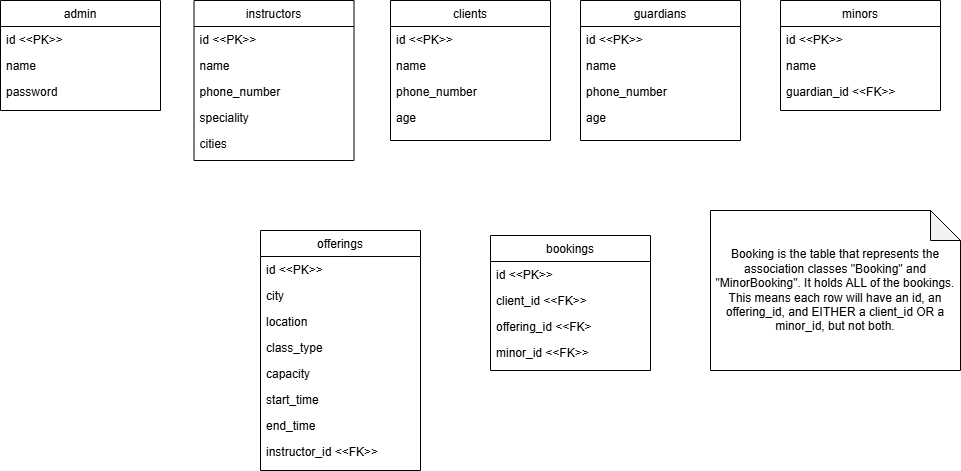
Before: Artifacts/Relational Data Model.drawio.png, a diagram exported from draw.io (aleckira/SOEN_342_PROJECT). Source tidied: cells renumbered, new cells last; positions are measured from the earlier drawing's top-left corner, leaving out a move shared by most shapes. Source of this version:
```xml
<mxGraphModel>
  <root>
    <mxCell id="0" />
    <mxCell id="1" parent="0" />
    <mxCell id="2" value="admin" style="swimlane;fontStyle=0;align=center;verticalAlign=top;horizontal=1;startSize=26;rounded=0;shadow=0;strokeWidth=1;" parent="1" vertex="1">
      <mxGeometry width="160" height="110" as="geometry" />
    </mxCell>
    <mxCell id="3" value="id &lt;&lt;PK&gt;&gt;" style="text;align=left;verticalAlign=top;spacingLeft=4;spacingRight=4;overflow=hidden;" parent="2" vertex="1">
      <mxGeometry y="26" width="160" height="26" as="geometry" />
    </mxCell>
    <mxCell id="4" value="name" style="text;align=left;verticalAlign=top;spacingLeft=4;spacingRight=4;overflow=hidden;rounded=0;shadow=0;html=0;" parent="2" vertex="1">
      <mxGeometry y="52" width="160" height="26" as="geometry" />
    </mxCell>
    <mxCell id="5" value="password" style="text;align=left;verticalAlign=top;spacingLeft=4;spacingRight=4;overflow=hidden;rounded=0;shadow=0;html=0;" parent="2" vertex="1">
      <mxGeometry y="78" width="160" height="26" as="geometry" />
    </mxCell>
    <mxCell id="6" value="offerings" style="swimlane;fontStyle=0;align=center;verticalAlign=top;horizontal=1;startSize=26;rounded=0;shadow=0;strokeWidth=1;" parent="1" vertex="1">
      <mxGeometry x="260" y="230" width="160" height="240" as="geometry" />
    </mxCell>
    <mxCell id="7" value="id &lt;&lt;PK&gt;&gt;" style="text;align=left;verticalAlign=top;spacingLeft=4;spacingRight=4;overflow=hidden;" parent="6" vertex="1">
      <mxGeometry y="26" width="160" height="26" as="geometry" />
    </mxCell>
    <mxCell id="8" value="city&#10;" style="text;align=left;verticalAlign=top;spacingLeft=4;spacingRight=4;overflow=hidden;rounded=0;shadow=0;html=0;" parent="6" vertex="1">
      <mxGeometry y="52" width="160" height="26" as="geometry" />
    </mxCell>
    <mxCell id="9" value="location" style="text;align=left;verticalAlign=top;spacingLeft=4;spacingRight=4;overflow=hidden;rounded=0;shadow=0;html=0;" parent="6" vertex="1">
      <mxGeometry y="78" width="160" height="26" as="geometry" />
    </mxCell>
    <mxCell id="10" value="class_type" style="text;align=left;verticalAlign=top;spacingLeft=4;spacingRight=4;overflow=hidden;rounded=0;shadow=0;html=0;" parent="6" vertex="1">
      <mxGeometry y="104" width="160" height="26" as="geometry" />
    </mxCell>
    <mxCell id="11" value="capacity" style="text;align=left;verticalAlign=top;spacingLeft=4;spacingRight=4;overflow=hidden;rounded=0;shadow=0;html=0;" parent="6" vertex="1">
      <mxGeometry y="130" width="160" height="26" as="geometry" />
    </mxCell>
    <mxCell id="12" value="start_time" style="text;align=left;verticalAlign=top;spacingLeft=4;spacingRight=4;overflow=hidden;rounded=0;shadow=0;html=0;" parent="6" vertex="1">
      <mxGeometry y="156" width="160" height="26" as="geometry" />
    </mxCell>
    <mxCell id="13" value="end_time" style="text;align=left;verticalAlign=top;spacingLeft=4;spacingRight=4;overflow=hidden;rounded=0;shadow=0;html=0;" parent="6" vertex="1">
      <mxGeometry y="182" width="160" height="26" as="geometry" />
    </mxCell>
    <mxCell id="14" value="instructor_id &lt;&lt;FK&gt;&gt;" style="text;align=left;verticalAlign=top;spacingLeft=4;spacingRight=4;overflow=hidden;rounded=0;shadow=0;html=0;" parent="6" vertex="1">
      <mxGeometry y="208" width="160" height="26" as="geometry" />
    </mxCell>
    <mxCell id="15" value="instructors" style="swimlane;fontStyle=0;align=center;verticalAlign=top;horizontal=1;startSize=26;rounded=0;shadow=0;strokeWidth=1;" parent="1" vertex="1">
      <mxGeometry x="193.5" width="160" height="160" as="geometry" />
    </mxCell>
    <mxCell id="16" value="id &lt;&lt;PK&gt;&gt;" style="text;align=left;verticalAlign=top;spacingLeft=4;spacingRight=4;overflow=hidden;" parent="15" vertex="1">
      <mxGeometry y="26" width="160" height="26" as="geometry" />
    </mxCell>
    <mxCell id="17" value="name" style="text;align=left;verticalAlign=top;spacingLeft=4;spacingRight=4;overflow=hidden;rounded=0;shadow=0;html=0;" parent="15" vertex="1">
      <mxGeometry y="52" width="160" height="26" as="geometry" />
    </mxCell>
    <mxCell id="18" value="phone_number" style="text;align=left;verticalAlign=top;spacingLeft=4;spacingRight=4;overflow=hidden;rounded=0;shadow=0;html=0;" parent="15" vertex="1">
      <mxGeometry y="78" width="160" height="26" as="geometry" />
    </mxCell>
    <mxCell id="19" value="speciality" style="text;align=left;verticalAlign=top;spacingLeft=4;spacingRight=4;overflow=hidden;rounded=0;shadow=0;html=0;" parent="15" vertex="1">
      <mxGeometry y="104" width="160" height="26" as="geometry" />
    </mxCell>
    <mxCell id="20" value="cities" style="text;align=left;verticalAlign=top;spacingLeft=4;spacingRight=4;overflow=hidden;rounded=0;shadow=0;html=0;" parent="15" vertex="1">
      <mxGeometry y="130" width="160" height="26" as="geometry" />
    </mxCell>
    <mxCell id="21" value="bookings" style="swimlane;fontStyle=0;align=center;verticalAlign=top;horizontal=1;startSize=26;rounded=0;shadow=0;strokeWidth=1;" parent="1" vertex="1">
      <mxGeometry x="490" y="235" width="160" height="135" as="geometry" />
    </mxCell>
    <mxCell id="22" value="id &lt;&lt;PK&gt;&gt;" style="text;align=left;verticalAlign=top;spacingLeft=4;spacingRight=4;overflow=hidden;" parent="21" vertex="1">
      <mxGeometry y="26" width="160" height="26" as="geometry" />
    </mxCell>
    <mxCell id="23" value="client_id &lt;&lt;FK&gt;&gt;" style="text;align=left;verticalAlign=top;spacingLeft=4;spacingRight=4;overflow=hidden;rounded=0;shadow=0;html=0;" parent="21" vertex="1">
      <mxGeometry y="52" width="160" height="26" as="geometry" />
    </mxCell>
    <mxCell id="24" value="offering_id &lt;&lt;FK&gt;" style="text;align=left;verticalAlign=top;spacingLeft=4;spacingRight=4;overflow=hidden;rounded=0;shadow=0;html=0;" parent="21" vertex="1">
      <mxGeometry y="78" width="160" height="26" as="geometry" />
    </mxCell>
    <mxCell id="25" value="minor_id &lt;&lt;FK&gt;&gt;" style="text;align=left;verticalAlign=top;spacingLeft=4;spacingRight=4;overflow=hidden;rounded=0;shadow=0;html=0;" parent="21" vertex="1">
      <mxGeometry y="104" width="160" height="26" as="geometry" />
    </mxCell>
    <mxCell id="26" value="Booking is the table that represents the association classes &quot;Booking&quot; and &quot;MinorBooking&quot;. It holds ALL of the bookings. This means each row will have an id, an offering_id, and EITHER a client_id OR a minor_id, but not both." style="shape=note;whiteSpace=wrap;html=1;backgroundOutline=1;darkOpacity=0.05;" parent="1" vertex="1">
      <mxGeometry x="710" y="210" width="250" height="160" as="geometry" />
    </mxCell>
    <mxCell id="27" value="clients" style="swimlane;fontStyle=0;align=center;verticalAlign=top;horizontal=1;startSize=26;rounded=0;shadow=0;strokeWidth=1;" parent="1" vertex="1">
      <mxGeometry x="390" width="160" height="140" as="geometry" />
    </mxCell>
    <mxCell id="28" value="id &lt;&lt;PK&gt;&gt;" style="text;align=left;verticalAlign=top;spacingLeft=4;spacingRight=4;overflow=hidden;" parent="27" vertex="1">
      <mxGeometry y="26" width="160" height="26" as="geometry" />
    </mxCell>
    <mxCell id="29" value="name" style="text;align=left;verticalAlign=top;spacingLeft=4;spacingRight=4;overflow=hidden;rounded=0;shadow=0;html=0;" parent="27" vertex="1">
      <mxGeometry y="52" width="160" height="26" as="geometry" />
    </mxCell>
    <mxCell id="30" value="phone_number" style="text;align=left;verticalAlign=top;spacingLeft=4;spacingRight=4;overflow=hidden;rounded=0;shadow=0;html=0;" parent="27" vertex="1">
      <mxGeometry y="78" width="160" height="26" as="geometry" />
    </mxCell>
    <mxCell id="31" value="age" style="text;align=left;verticalAlign=top;spacingLeft=4;spacingRight=4;overflow=hidden;rounded=0;shadow=0;html=0;" parent="27" vertex="1">
      <mxGeometry y="104" width="160" height="26" as="geometry" />
    </mxCell>
    <mxCell id="32" value="guardians" style="swimlane;fontStyle=0;align=center;verticalAlign=top;horizontal=1;startSize=26;rounded=0;shadow=0;strokeWidth=1;" parent="1" vertex="1">
      <mxGeometry x="580" width="160" height="140" as="geometry" />
    </mxCell>
    <mxCell id="33" value="id &lt;&lt;PK&gt;&gt;" style="text;align=left;verticalAlign=top;spacingLeft=4;spacingRight=4;overflow=hidden;" parent="32" vertex="1">
      <mxGeometry y="26" width="160" height="26" as="geometry" />
    </mxCell>
    <mxCell id="34" value="name" style="text;align=left;verticalAlign=top;spacingLeft=4;spacingRight=4;overflow=hidden;rounded=0;shadow=0;html=0;" parent="32" vertex="1">
      <mxGeometry y="52" width="160" height="26" as="geometry" />
    </mxCell>
    <mxCell id="35" value="phone_number" style="text;align=left;verticalAlign=top;spacingLeft=4;spacingRight=4;overflow=hidden;rounded=0;shadow=0;html=0;" parent="32" vertex="1">
      <mxGeometry y="78" width="160" height="26" as="geometry" />
    </mxCell>
    <mxCell id="36" value="age" style="text;align=left;verticalAlign=top;spacingLeft=4;spacingRight=4;overflow=hidden;rounded=0;shadow=0;html=0;" parent="32" vertex="1">
      <mxGeometry y="104" width="160" height="26" as="geometry" />
    </mxCell>
    <mxCell id="37" value="minors" style="swimlane;fontStyle=0;align=center;verticalAlign=top;horizontal=1;startSize=26;rounded=0;shadow=0;strokeWidth=1;" parent="1" vertex="1">
      <mxGeometry x="780" width="160" height="110" as="geometry" />
    </mxCell>
    <mxCell id="38" value="id &lt;&lt;PK&gt;&gt;" style="text;align=left;verticalAlign=top;spacingLeft=4;spacingRight=4;overflow=hidden;" parent="37" vertex="1">
      <mxGeometry y="26" width="160" height="26" as="geometry" />
    </mxCell>
    <mxCell id="39" value="name" style="text;align=left;verticalAlign=top;spacingLeft=4;spacingRight=4;overflow=hidden;rounded=0;shadow=0;html=0;" parent="37" vertex="1">
      <mxGeometry y="52" width="160" height="26" as="geometry" />
    </mxCell>
    <mxCell id="40" value="guardian_id &lt;&lt;FK&gt;&gt;" style="text;align=left;verticalAlign=top;spacingLeft=4;spacingRight=4;overflow=hidden;rounded=0;shadow=0;html=0;" parent="37" vertex="1">
      <mxGeometry y="78" width="160" height="26" as="geometry" />
    </mxCell>
  </root>
</mxGraphModel>
```
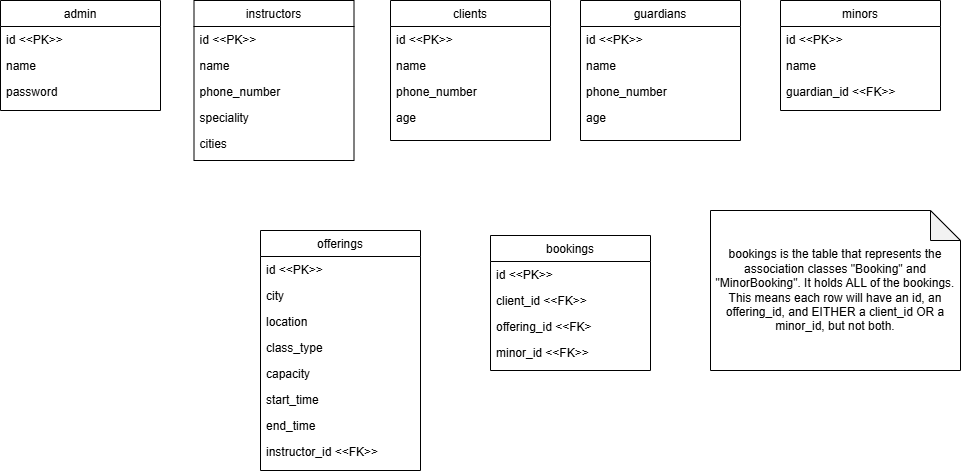
Above is the later version.

What changed in the source:
```diff
@@ -74,7 +74,7 @@
     <mxCell id="25" value="minor_id &lt;&lt;FK&gt;&gt;" style="text;align=left;verticalAlign=top;spacingLeft=4;spacingRight=4;overflow=hidden;rounded=0;shadow=0;html=0;" parent="21" vertex="1">
       <mxGeometry y="104" width="160" height="26" as="geometry" />
     </mxCell>
-    <mxCell id="26" value="Booking is the table that represents the association classes &quot;Booking&quot; and &quot;MinorBooking&quot;. It holds ALL of the bookings. This means each row will have an id, an offering_id, and EITHER a client_id OR a minor_id, but not both." style="shape=note;whiteSpace=wrap;html=1;backgroundOutline=1;darkOpacity=0.05;" parent="1" vertex="1">
+    <mxCell id="26" value="bookings is the table that represents the association classes &quot;Booking&quot; and &quot;MinorBooking&quot;. It holds ALL of the bookings. This means each row will have an id, an offering_id, and EITHER a client_id OR a minor_id, but not both." style="shape=note;whiteSpace=wrap;html=1;backgroundOutline=1;darkOpacity=0.05;" parent="1" vertex="1">
       <mxGeometry x="710" y="210" width="250" height="160" as="geometry" />
     </mxCell>
     <mxCell id="27" value="clients" style="swimlane;fontStyle=0;align=center;verticalAlign=top;horizontal=1;startSize=26;rounded=0;shadow=0;strokeWidth=1;" parent="1" vertex="1">
```
